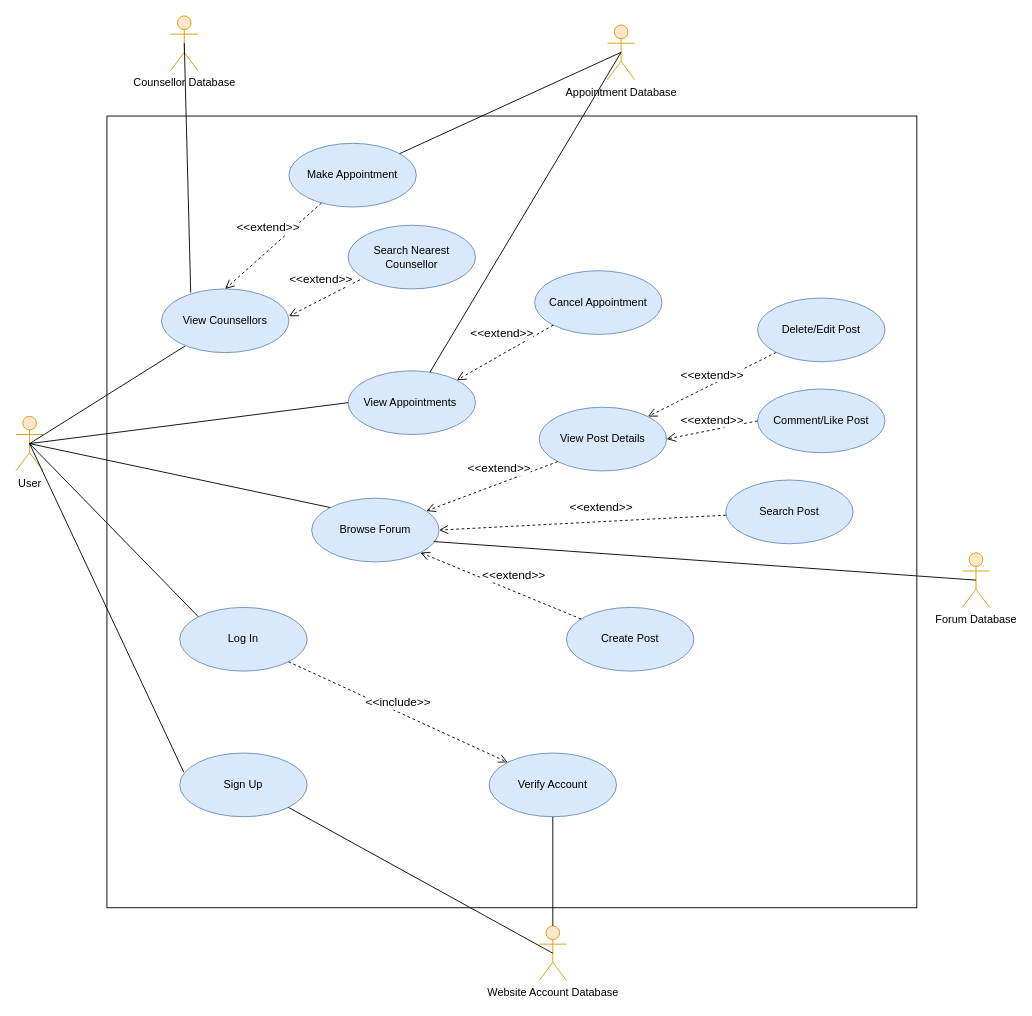
Above: page "Use Case Diagram" (2 of 12) of Untitled Diagram.drawio in EliezerOng/CZ2006-Web-Devz (draw.io), before the change. Source tidied: cells renumbered, new cells numbered last; positions are measured from the earlier drawing's top-left corner, leaving out a move shared by most shapes. Both pictures are drawn from the tidied source at 91%, with x=0, y=0 at pixel (15, 15).
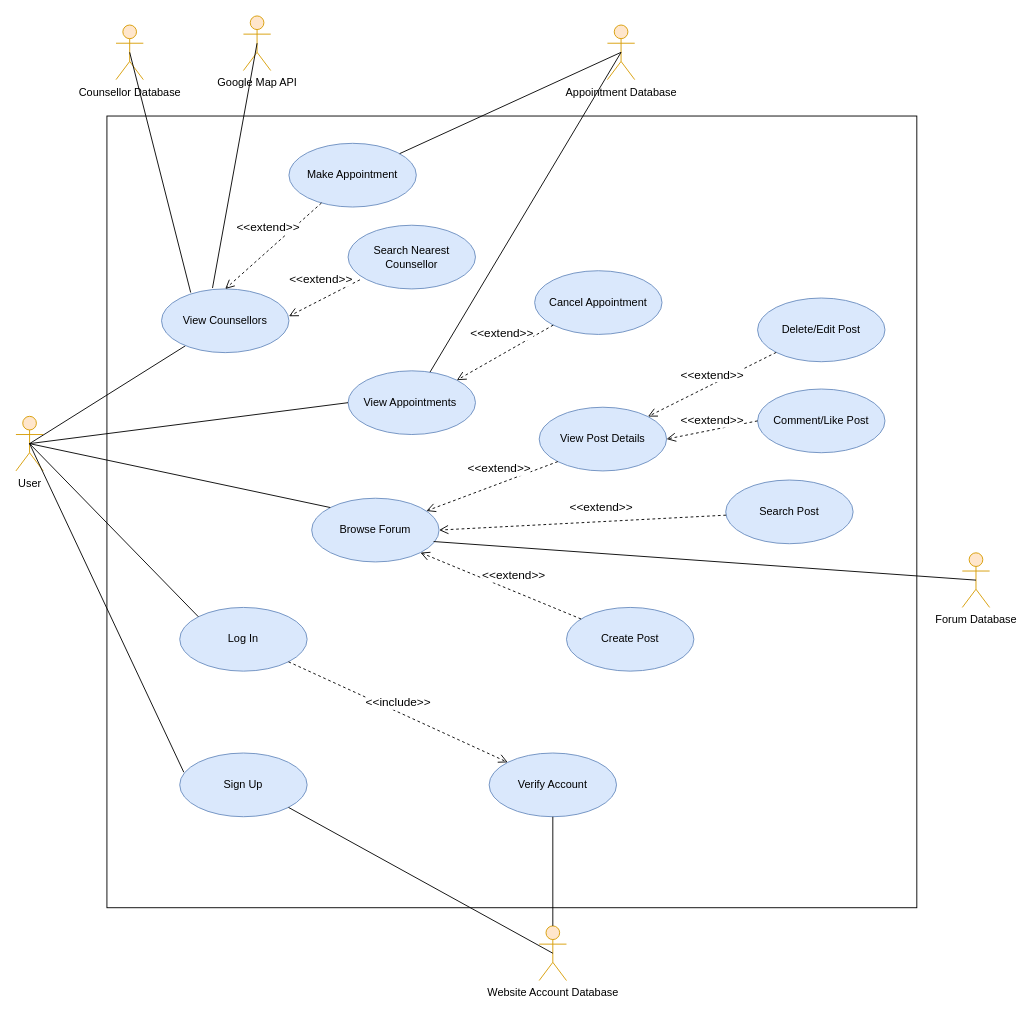
The same diagram, later.

Unchanged cells that the change refers to:
```xml
<mxCell id="15" value="View Counsellors" style="ellipse;whiteSpace=wrap;html=1;fillColor=#dae8fc;strokeColor=#6c8ebf;" parent="1" vertex="1">
  <mxGeometry x="160" y="300" width="140" height="70" as="geometry" />
</mxCell>
```

The edit, as a diff of the source:
```diff
@@
     <mxCell id="40" value="Counsellor Database" style="shape=umlActor;verticalLabelPosition=bottom;verticalAlign=top;html=1;fillColor=#ffe6cc;strokeColor=#d79b00;" parent="1" vertex="1">
-      <mxGeometry x="170" width="30" height="60" as="geometry" />
+      <mxGeometry x="110" y="10" width="30" height="60" as="geometry" />
     </mxCell>
@@
+    <mxCell id="42" value="Google Map API" style="shape=umlActor;verticalLabelPosition=bottom;verticalAlign=top;html=1;fillColor=#ffe6cc;strokeColor=#d79b00;" parent="1" vertex="1">
+      <mxGeometry x="250" width="30" height="60" as="geometry" />
+    </mxCell>
+    <mxCell id="43" style="endArrow=none;html=1;rounded=0;exitX=0.4;exitY=-0.014;exitDx=0;exitDy=0;exitPerimeter=0;entryX=0.5;entryY=0.5;entryDx=0;entryDy=0;entryPerimeter=0;" parent="1" edge="1" source="15" target="42">
+      <mxGeometry relative="1" as="geometry" />
+    </mxCell>
```
